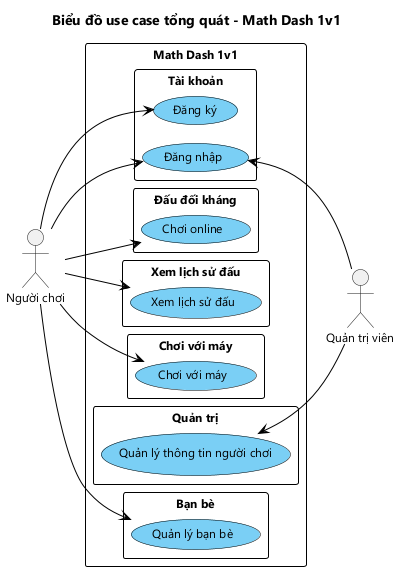
HungNguyenBa1811/math-dash keeps this PlantUML diagram as docs/chung/uc-tong-quat.png. Above is the earlier version.
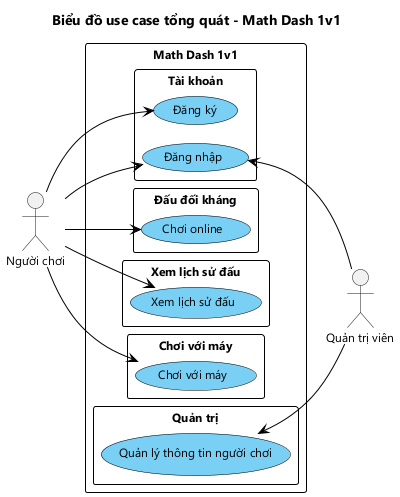
Above is the later version.

The edit, as a diff of the source:
```diff
@@ -43,9 +43,6 @@
   rectangle "Quản trị" {
     usecase "Quản lý thông tin người chơi" as UC06
   }
-  rectangle "Bạn bè" {
-    usecase "Quản lý bạn bè" as UC07
-  }
 }
 
 A1 --> UC01
@@ -53,7 +50,6 @@
 A1 --> UC03
 A1 --> UC04
 A1 --> UC05
-A1 --> UC07
 UC02 <-- A2
 UC06 <-- A2
 @enduml
```
